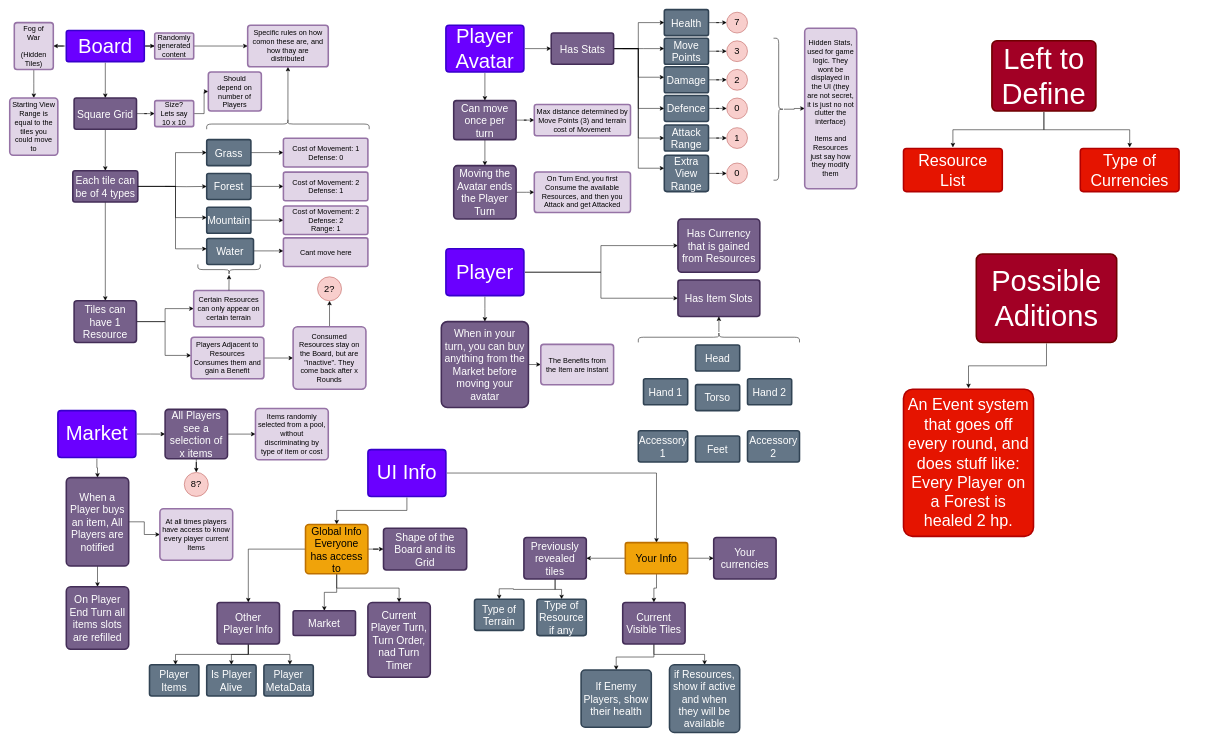
The draw.io diagram Game Elements Diagram.drawio in Valentino-02/board-game-client, before the edit. Source tidied: cells renumbered, new cells numbered last; positions are measured from the earlier drawing's top-left corner, leaving out a move shared by most shapes. Both pictures are drawn from the tidied source at 52%, with x=0, y=0 at pixel (9, 9).
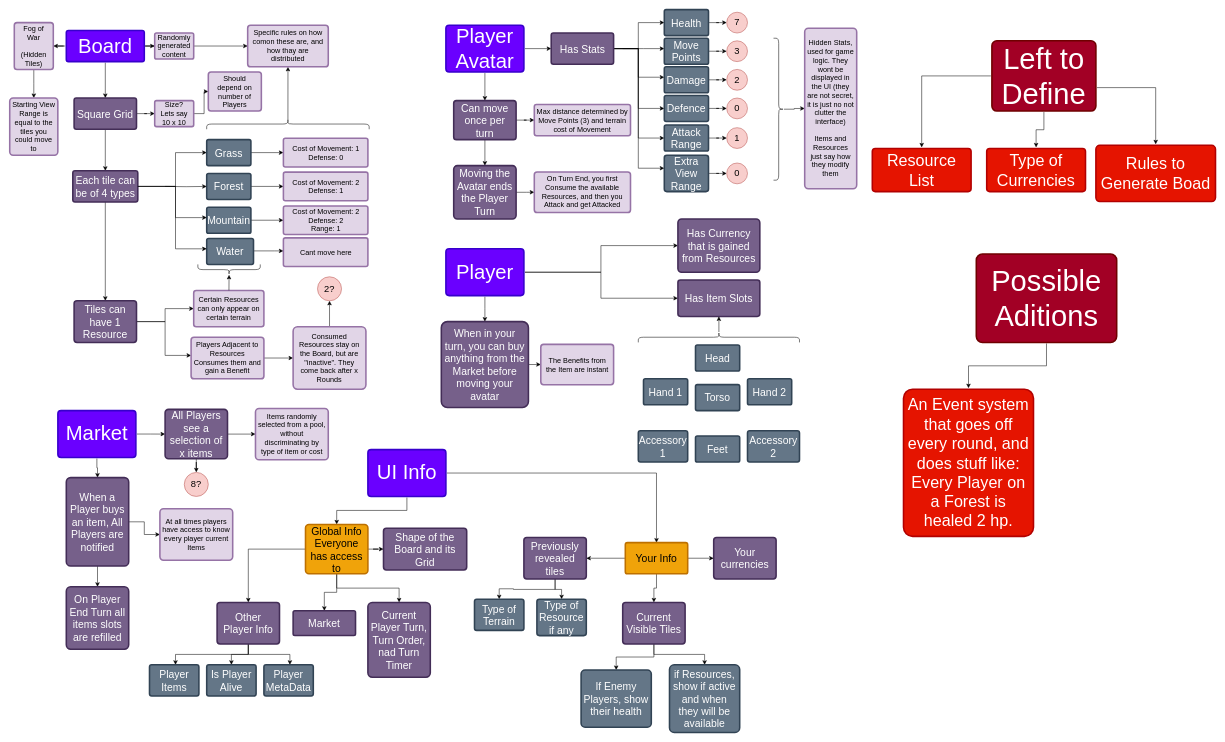
Above is the later version.

Unchanged cells that the change refers to:
```xml
<mxCell id="153" value="Left to Define" style="rounded=1;whiteSpace=wrap;html=1;shadow=0;labelBackgroundColor=none;strokeColor=#6F0000;strokeWidth=3;fillColor=#a20025;fontFamily=Helvetica;fontSize=56;align=center;spacing=5;arcSize=7;perimeterSpacing=2;fontColor=#ffffff;" parent="1" vertex="1">
  <mxGeometry x="1889" y="60" width="200" height="135" as="geometry" />
</mxCell>
```

Change to the diagram source:
```diff
@@
+    <mxCell id="159" style="edgeStyle=orthogonalEdgeStyle;rounded=0;jettySize=auto;html=1;" parent="1" edge="1" source="153" target="160">
+      <mxGeometry relative="1" as="geometry">
+        <Array as="points">
+          <mxPoint x="2204" y="150" />
+        </Array>
+      </mxGeometry>
+    </mxCell>
@@
     <mxCell id="154" value="Resource List" style="rounded=1;whiteSpace=wrap;html=1;shadow=0;labelBackgroundColor=none;strokeColor=#B20000;strokeWidth=3;fillColor=#e51400;fontFamily=Helvetica;fontSize=31;align=center;spacing=5;arcSize=7;perimeterSpacing=2;fontColor=#ffffff;" parent="1" vertex="1">
-      <mxGeometry x="1719" y="267" width="190" height="83" as="geometry" />
+      <mxGeometry x="1659" y="267" width="190" height="83" as="geometry" />
     </mxCell>
     <mxCell id="155" value="Type of Currencies" style="rounded=1;whiteSpace=wrap;html=1;shadow=0;labelBackgroundColor=none;strokeColor=#B20000;strokeWidth=3;fillColor=#e51400;fontFamily=Helvetica;fontSize=31;align=center;spacing=5;arcSize=7;perimeterSpacing=2;fontColor=#ffffff;" parent="1" vertex="1">
-      <mxGeometry x="2059" y="267" width="190" height="83" as="geometry" />
+      <mxGeometry x="1879" y="267" width="190" height="83" as="geometry" />
     </mxCell>
@@
+    <mxCell id="160" value="Rules to Generate Boad" style="rounded=1;whiteSpace=wrap;html=1;shadow=0;labelBackgroundColor=none;strokeColor=#B20000;strokeWidth=3;fillColor=#e51400;fontFamily=Helvetica;fontSize=31;align=center;spacing=5;arcSize=7;perimeterSpacing=2;fontColor=#ffffff;" parent="1" vertex="1">
+      <mxGeometry x="2089" y="261" width="230" height="108" as="geometry" />
+    </mxCell>
```
